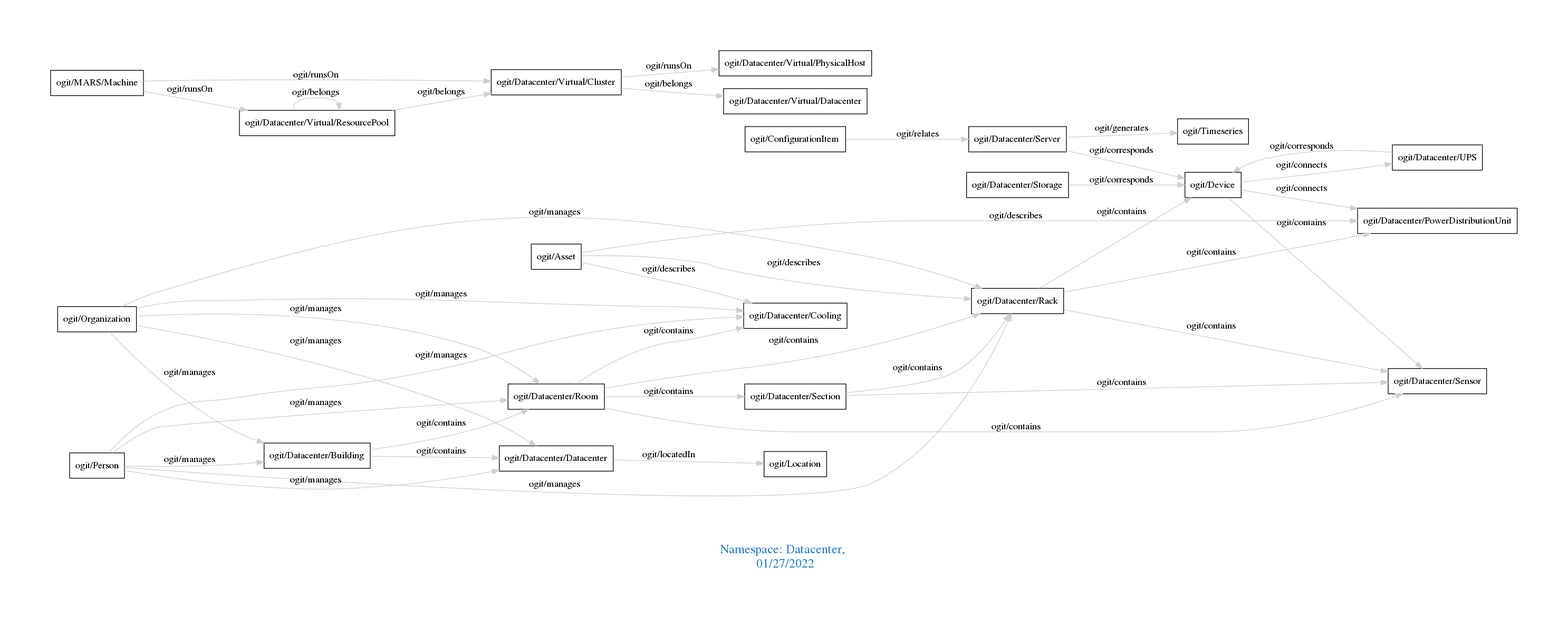
arago/OGIT keeps this Graphviz diagram as downloads/Datacenter.png. Above is the earlier version. Its source is kept beside it as downloads/Datacenter.dot.
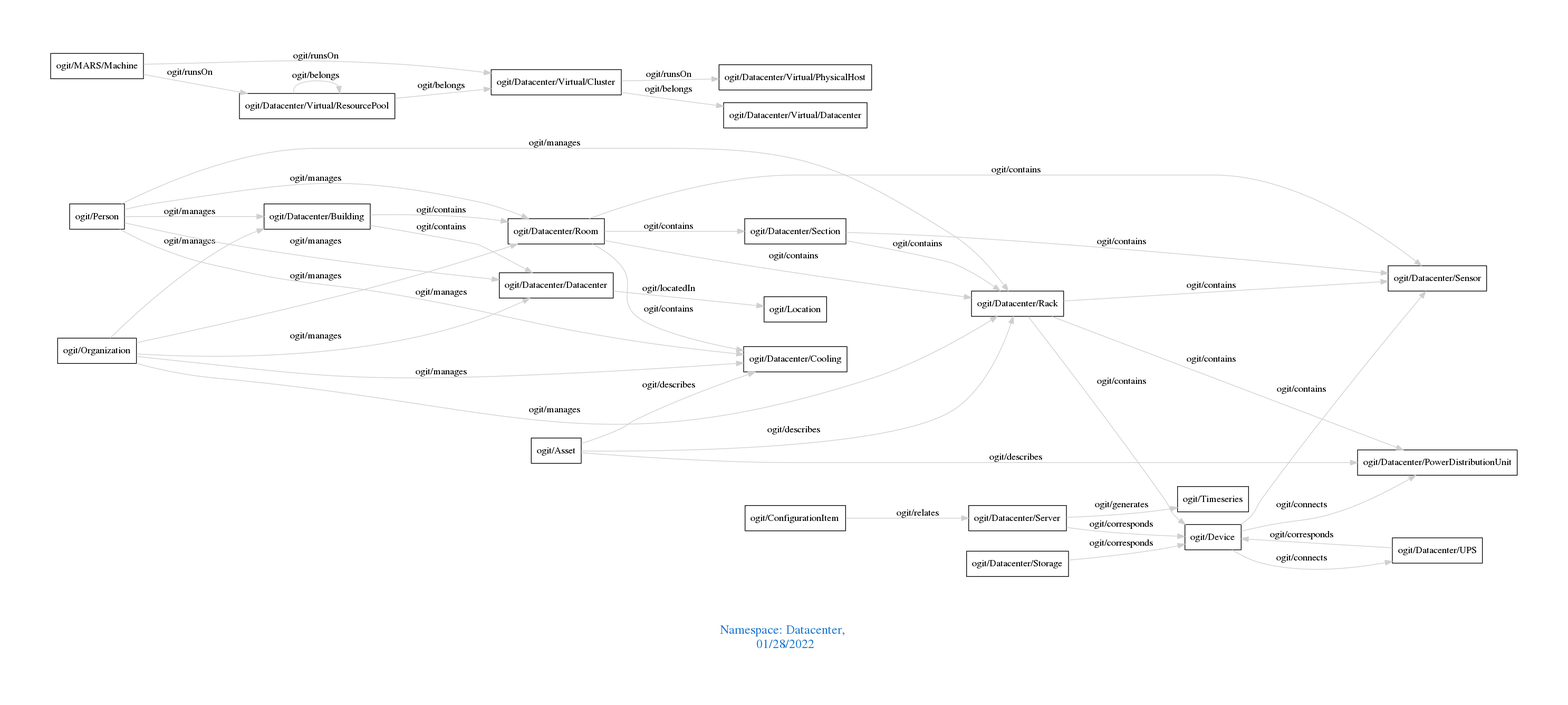
Later version of the same file.

Diff of the diagram source:
```diff
@@ -1,21 +1,21 @@
 digraph OGIT_ontology {
  graph [ rankdir= LR,pad=1
 fontsize = 18,
-fontcolor= dodgerblue3,label = "\n\n\nNamespace: Datacenter, \n 01/27/2022"];
+fontcolor= dodgerblue3,label = "\n\n\nNamespace: Datacenter, \n 01/28/2022"];
 node[shape=polygon];
 edge [  color="gray81"];
 
-   "ogit/Datacenter/Section" -> "ogit/Datacenter/Sensor" [label="   ogit/contains    "];
-   "ogit/Datacenter/Section" -> "ogit/Datacenter/Rack" [label="   ogit/contains    "];
+   "ogit/Datacenter/Building" -> "ogit/Datacenter/Datacenter" [label="   ogit/contains    "];
+   "ogit/Datacenter/Building" -> "ogit/Datacenter/Room" [label="   ogit/contains    "];
+   "ogit/Datacenter/Rack" -> "ogit/Datacenter/Sensor" [label="   ogit/contains    "];
+   "ogit/Datacenter/Rack" -> "ogit/Datacenter/PowerDistributionUnit" [label="   ogit/contains    "];
+   "ogit/Datacenter/Rack" -> "ogit/Device" [label="   ogit/contains    "];
    "ogit/Datacenter/Room" -> "ogit/Datacenter/Rack" [label="   ogit/contains    "];
    "ogit/Datacenter/Room" -> "ogit/Datacenter/Cooling" [label="   ogit/contains    "];
    "ogit/Datacenter/Room" -> "ogit/Datacenter/Sensor" [label="   ogit/contains    "];
    "ogit/Datacenter/Room" -> "ogit/Datacenter/Section" [label="   ogit/contains    "];
-   "ogit/Datacenter/Rack" -> "ogit/Datacenter/Sensor" [label="   ogit/contains    "];
-   "ogit/Datacenter/Rack" -> "ogit/Datacenter/PowerDistributionUnit" [label="   ogit/contains    "];
-   "ogit/Datacenter/Rack" -> "ogit/Device" [label="   ogit/contains    "];
-   "ogit/Datacenter/Building" -> "ogit/Datacenter/Datacenter" [label="   ogit/contains    "];
-   "ogit/Datacenter/Building" -> "ogit/Datacenter/Room" [label="   ogit/contains    "];
+   "ogit/Datacenter/Section" -> "ogit/Datacenter/Sensor" [label="   ogit/contains    "];
+   "ogit/Datacenter/Section" -> "ogit/Datacenter/Rack" [label="   ogit/contains    "];
    "ogit/Device" -> "ogit/Datacenter/Sensor" [label="   ogit/contains    "];
    "ogit/Organization" -> "ogit/Datacenter/Room" [label="   ogit/manages    "];
    "ogit/Organization" -> "ogit/Datacenter/Rack" [label="   ogit/manages    "];
```
